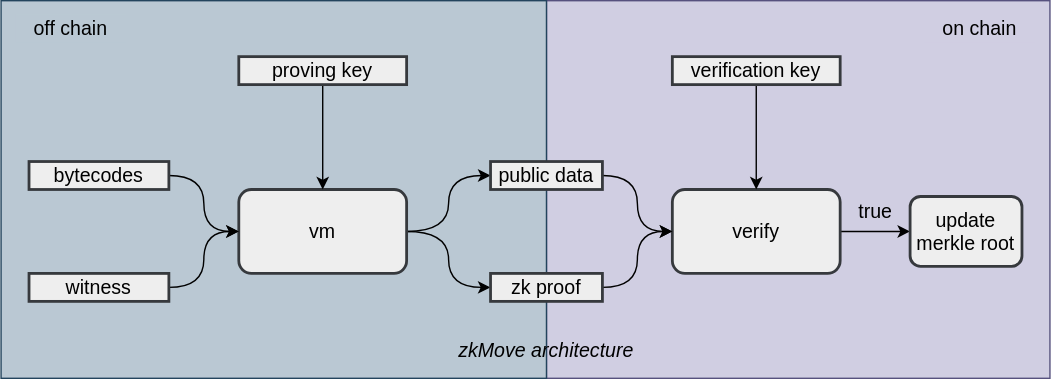
zkmove/zkmove keeps this draw.io diagram as docs/imgs/zkmove_arch.svg. Above is the earlier version. Source tidied: cells renumbered, new cells last; positions are measured from the earlier drawing's top-left corner, leaving out a move shared by most shapes.
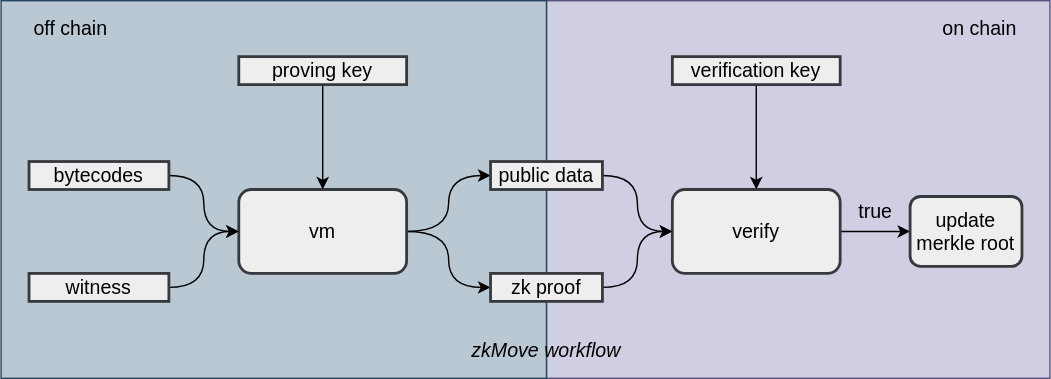
After the change.

Change to the diagram source:
```diff
@@ -73,7 +73,7 @@
     <mxCell id="24" value="update merkle root" style="rounded=1;whiteSpace=wrap;html=1;fontSize=14;strokeWidth=2;fillColor=#eeeeee;strokeColor=#36393d;" parent="1" vertex="1">
       <mxGeometry x="650" y="140" width="80" height="50" as="geometry" />
     </mxCell>
-    <mxCell id="25" value="zkMove architecture" style="text;html=1;strokeColor=none;fillColor=none;align=center;verticalAlign=middle;whiteSpace=wrap;rounded=0;labelBackgroundColor=none;fontSize=14;fontStyle=2;" parent="1" vertex="1">
+    <mxCell id="25" value="zkMove workflow" style="text;html=1;strokeColor=none;fillColor=none;align=center;verticalAlign=middle;whiteSpace=wrap;rounded=0;labelBackgroundColor=none;fontSize=14;fontStyle=2;" parent="1" vertex="1">
       <mxGeometry x="315" y="240" width="150" height="20" as="geometry" />
     </mxCell>
   </root>
```
